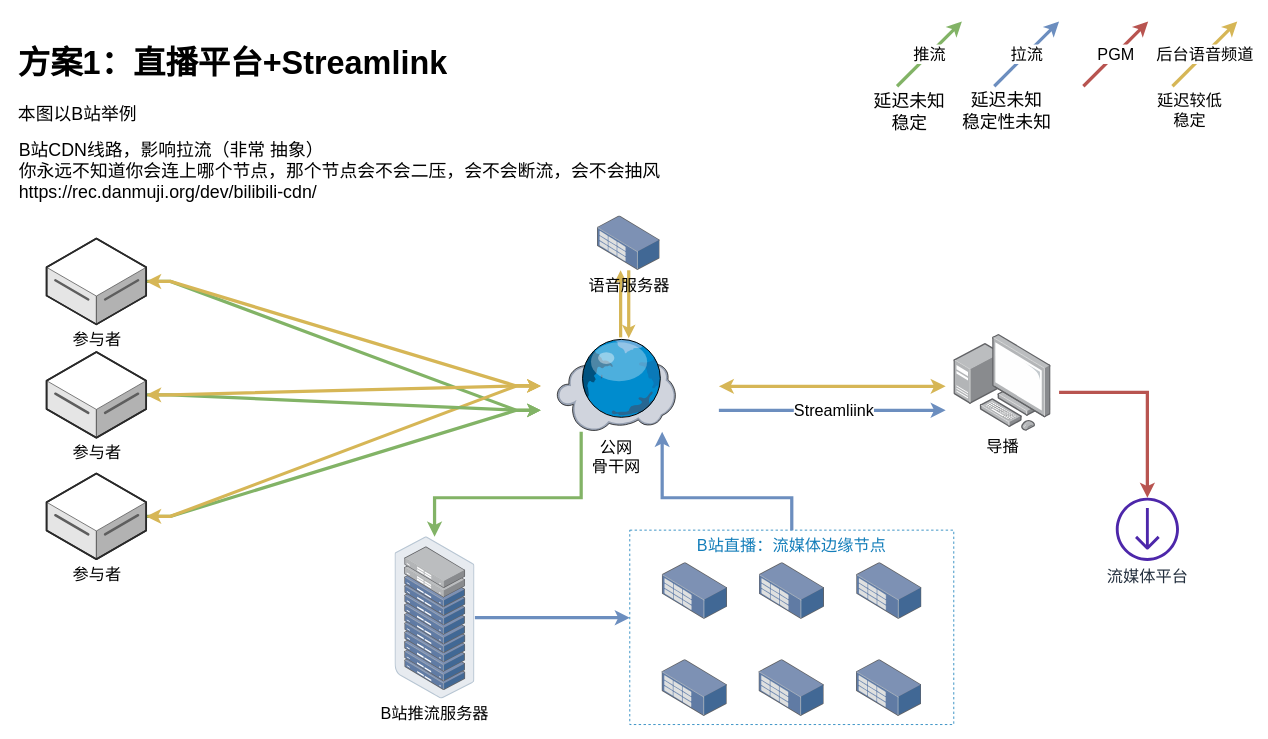
The draw.io diagram streaming-low-profile.drawio in VTB-LINK/DRAW-IO-GRAPH, before the edit. Source tidied: cells renumbered, new cells numbered last; positions are measured from the earlier drawing's top-left corner, leaving out a move shared by most shapes. Both pictures are drawn from the tidied source at 81%, with x=0, y=0 at pixel (14, 21).
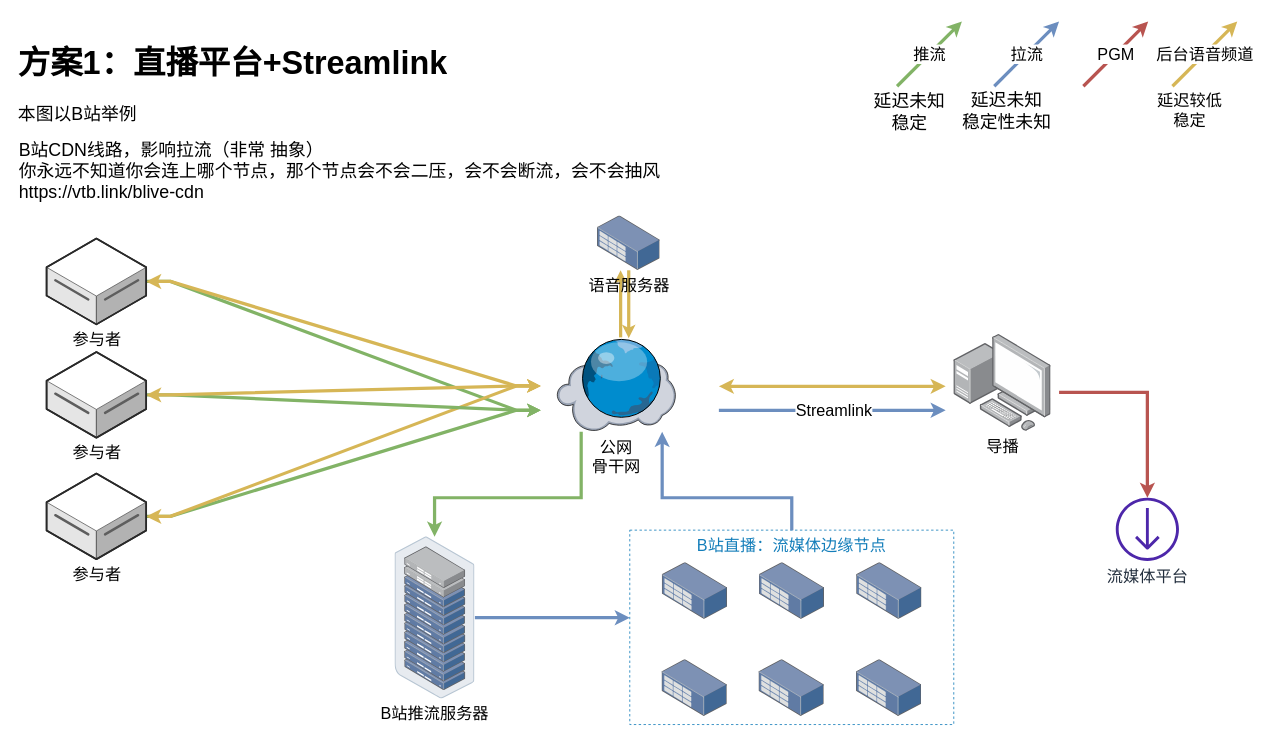
The same page after the edit.

Commit message (it also covers changes not shown here):
feat: add compare for low profile

The change refers to these unchanged cells:
```xml
<mxCell id="37" style="edgeStyle=orthogonalEdgeStyle;rounded=0;orthogonalLoop=1;jettySize=auto;html=1;fontColor=default;fontSize=20;strokeColor=#6c8ebf;strokeWidth=4;endSize=6;fillColor=#dae8fc;" parent="1" edge="1">
  <mxGeometry relative="1" as="geometry">
    <mxPoint x="870" y="480" as="sourcePoint" />
    <mxPoint x="1150" y="480" as="targetPoint" />
  </mxGeometry>
</mxCell>
```

The edit, as a diff of the source:
```diff
@@
-    <mxCell id="36" value="B站CDN线路，影响拉流（非常 抽象）&lt;br&gt;你永远不知道你会连上哪个节点，那个节点会不会二压，会不会断流，会不会抽风&lt;br&gt;https://rec.danmuji.org/dev/bilibili-cdn/" style="text;strokeColor=none;fillColor=none;align=left;verticalAlign=middle;spacingLeft=4;spacingRight=4;overflow=hidden;whiteSpace=wrap;html=1;fontSize=22;labelBackgroundColor=none;fontColor=#000000;" parent="1" vertex="1">
+    <mxCell id="36" value="B站CDN线路，影响拉流（非常 抽象）&lt;br&gt;你永远不知道你会连上哪个节点，那个节点会不会二压，会不会断流，会不会抽风&lt;br&gt;https://vtb.link/blive-cdn" style="text;strokeColor=none;fillColor=none;align=left;verticalAlign=middle;spacingLeft=4;spacingRight=4;overflow=hidden;whiteSpace=wrap;html=1;fontSize=22;labelBackgroundColor=none;fontColor=#000000;" parent="1" vertex="1">
       <mxGeometry y="130" width="810" height="110" as="geometry" />
     </mxCell>
@@
-    <mxCell id="38" value="Streamliink" style="edgeLabel;html=1;align=center;verticalAlign=middle;fontColor=#000000;fontSize=20;" parent="37" vertex="1">
+    <mxCell id="38" value="Streamlink" style="edgeLabel;html=1;align=center;verticalAlign=middle;fontColor=#000000;fontSize=20;" parent="37" vertex="1">
       <mxGeometry x="0.15" y="1" relative="1" as="geometry">
         <mxPoint x="-20" as="offset" />
       </mxGeometry>
     </mxCell>
```
